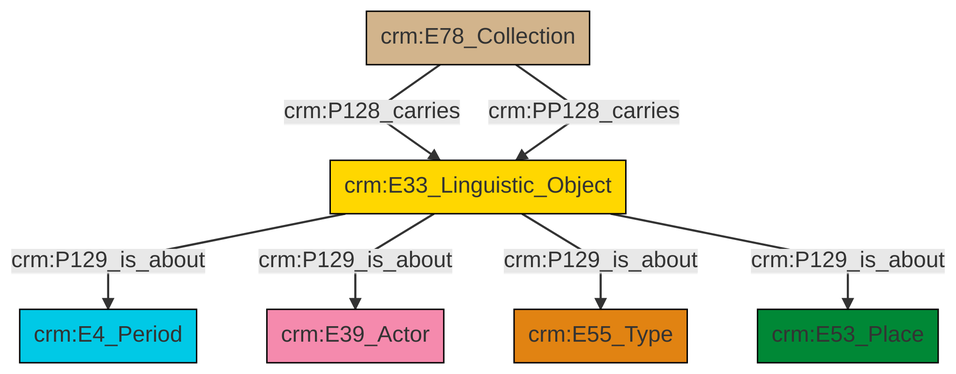
This is et/archivalCSV/ttl/mmd/png/archival_aboutness.png from swiss-art-research-net/docs.swissartresearch, a Mermaid export, as it was before one commit. Its source is kept beside it as et/archivalCSV/ttl/mmd/archival_aboutness.ttl.mmd.
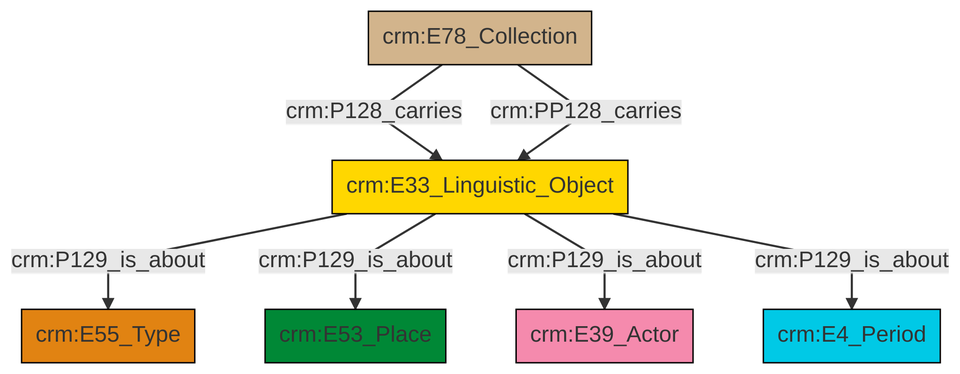
The same file after the commit.

What changed in the source:
```diff
@@ -13,9 +13,9 @@
 classDef PC_Classes fill:#4ce600, stroke:#000000;
 classDef Multi fill:#cccccc,stroke:#000000;
 
-0["crm:E33_Linguistic_Object"]:::Conceptual_Object -->|crm:P129_is_about| 1["crm:E4_Period"]:::Temporal_Entity
-0["crm:E33_Linguistic_Object"]:::Conceptual_Object -->|crm:P129_is_about| 3["crm:E39_Actor"]:::Actor
-5["crm:E78_Collection"]:::Physical_Thing -->|crm:P128_carries| 0["crm:E33_Linguistic_Object"]:::Conceptual_Object
-0["crm:E33_Linguistic_Object"]:::Conceptual_Object -->|crm:P129_is_about| 7["crm:E55_Type"]:::Type
-5["crm:E78_Collection"]:::Physical_Thing -->|crm:PP128_carries| 0["crm:E33_Linguistic_Object"]:::Conceptual_Object
-0["crm:E33_Linguistic_Object"]:::Conceptual_Object -->|crm:P129_is_about| 10["crm:E53_Place"]:::Place
+0["crm:E33_Linguistic_Object"]:::Conceptual_Object -->|crm:P129_is_about| 1["crm:E55_Type"]:::Type
+2["crm:E78_Collection"]:::Physical_Thing -->|crm:P128_carries| 0["crm:E33_Linguistic_Object"]:::Conceptual_Object
+0["crm:E33_Linguistic_Object"]:::Conceptual_Object -->|crm:P129_is_about| 5["crm:E53_Place"]:::Place
+0["crm:E33_Linguistic_Object"]:::Conceptual_Object -->|crm:P129_is_about| 6["crm:E39_Actor"]:::Actor
+0["crm:E33_Linguistic_Object"]:::Conceptual_Object -->|crm:P129_is_about| 3["crm:E4_Period"]:::Temporal_Entity
+2["crm:E78_Collection"]:::Physical_Thing -->|crm:PP128_carries| 0["crm:E33_Linguistic_Object"]:::Conceptual_Object
```
